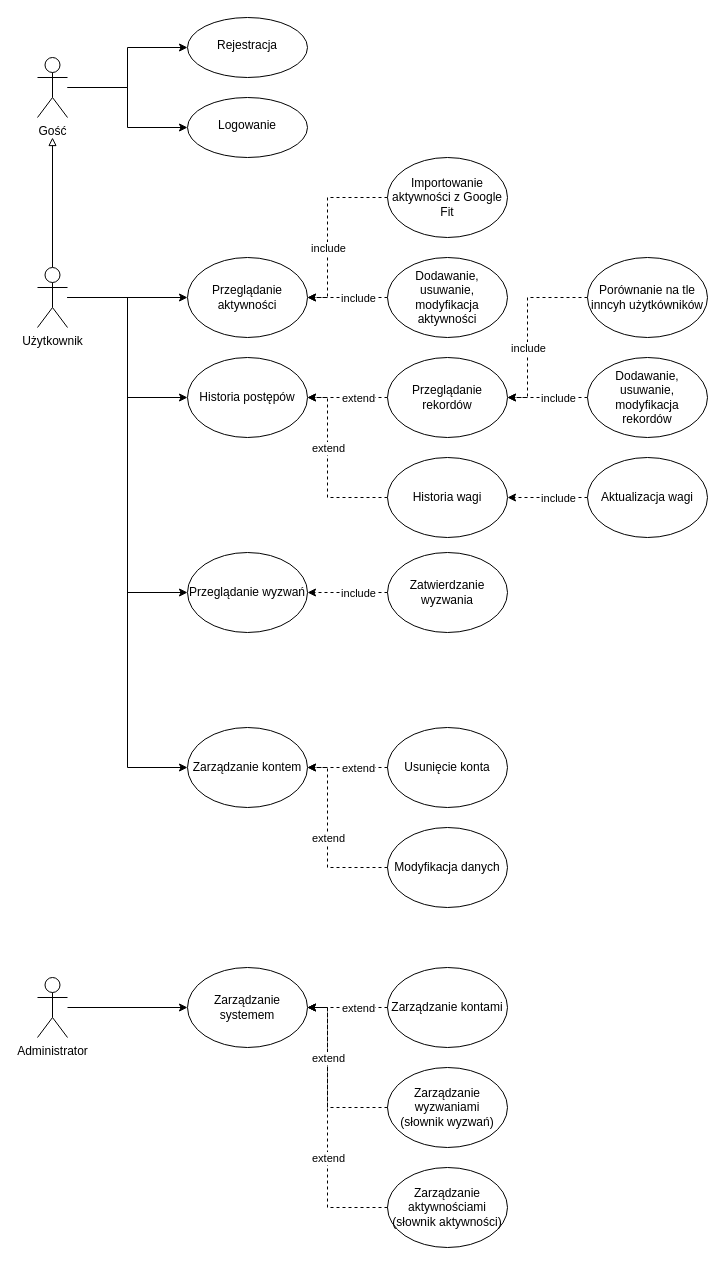
The draw.io diagram fitstat.drawio in piskorr/fitstat, before the edit. Source tidied: cells renumbered, new cells numbered last; positions are measured from the earlier drawing's top-left corner, leaving out a move shared by most shapes. Both pictures are drawn from the tidied source at 100%, with x=0, y=0 at pixel (37, 17).
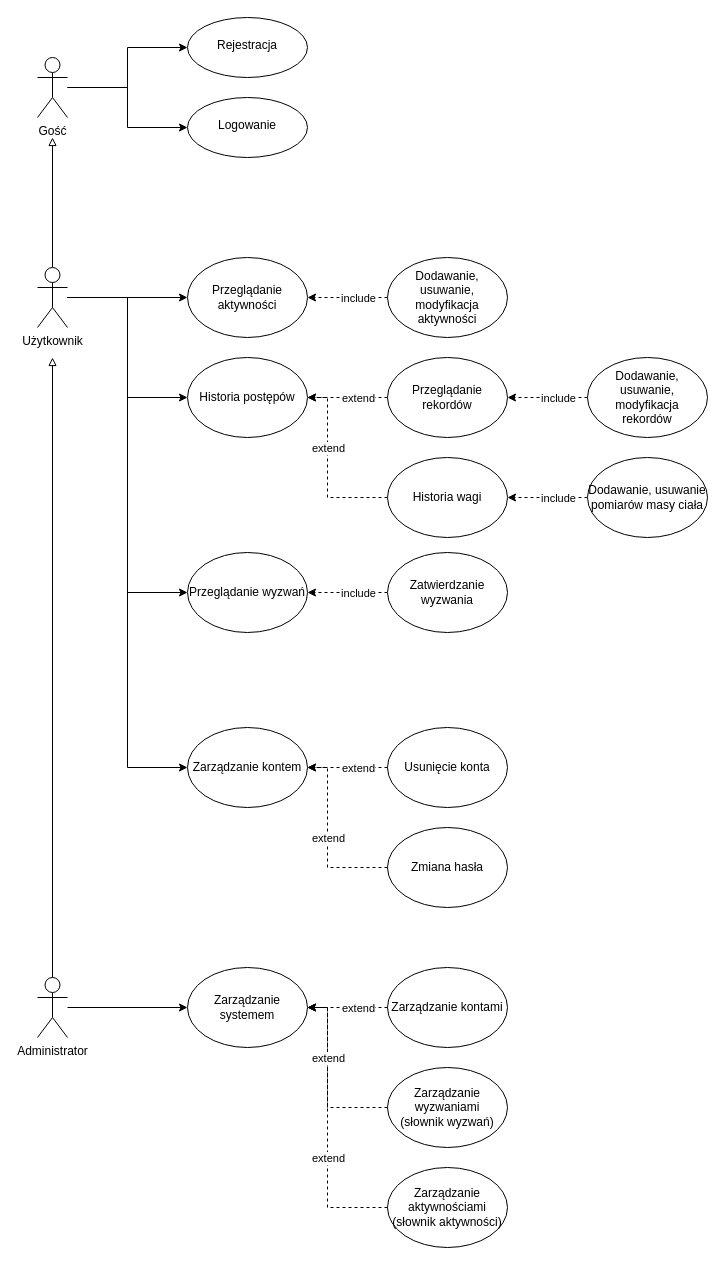
The same diagram, later.

The change refers to these unchanged cells:
```xml
<mxCell id="11" value="Przeglądanie aktywności" style="ellipse;whiteSpace=wrap;html=1;" parent="1" vertex="1">
  <mxGeometry x="150" y="240" width="120" height="80" as="geometry" />
</mxCell>
<mxCell id="17" value="Przeglądanie rekordów" style="ellipse;whiteSpace=wrap;html=1;" parent="1" vertex="1">
  <mxGeometry x="350" y="340" width="120" height="80" as="geometry" />
</mxCell>
<mxCell id="19" value="Administrator" style="shape=umlActor;verticalLabelPosition=bottom;verticalAlign=top;html=1;outlineConnect=0;" parent="1" vertex="1">
  <mxGeometry y="960" width="30" height="60" as="geometry" />
</mxCell>
```

The edit, as a diff of the source:
```diff
@@
+    <mxCell id="59" style="edgeStyle=orthogonalEdgeStyle;rounded=0;jettySize=auto;html=1;endArrow=block;endFill=0;" parent="1" edge="1" source="19">
+      <mxGeometry relative="1" as="geometry">
+        <mxPoint x="15" y="340" as="targetPoint" />
+      </mxGeometry>
+    </mxCell>
@@
-    <mxCell id="27" style="edgeStyle=orthogonalEdgeStyle;rounded=0;jettySize=auto;html=1;entryX=1;entryY=0.5;entryDx=0;entryDy=0;endArrow=classic;endFill=1;strokeWidth=1;dashed=1;" parent="1" edge="1" source="28" target="11">
-      <mxGeometry relative="1" as="geometry">
-        <Array as="points">
-          <mxPoint x="290" y="180" />
-          <mxPoint x="290" y="280" />
-        </Array>
-      </mxGeometry>
-    </mxCell>
-    <mxCell id="28" value="Importowanie aktywności z Google Fit" style="ellipse;whiteSpace=wrap;html=1;" parent="1" vertex="1">
-      <mxGeometry x="350" y="140" width="120" height="80" as="geometry" />
-    </mxCell>
@@
-    <mxCell id="34" value="Modyfikacja danych" style="ellipse;whiteSpace=wrap;html=1;" parent="1" vertex="1">
+    <mxCell id="34" value="Zmiana hasła" style="ellipse;whiteSpace=wrap;html=1;" parent="1" vertex="1">
       <mxGeometry x="350" y="810" width="120" height="80" as="geometry" />
     </mxCell>
@@
-    <mxCell id="36" value="Aktualizacja wagi" style="ellipse;whiteSpace=wrap;html=1;" parent="1" vertex="1">
+    <mxCell id="36" value="Dodawanie, usuwanie pomiarów masy ciała" style="ellipse;whiteSpace=wrap;html=1;" parent="1" vertex="1">
       <mxGeometry x="550" y="440" width="120" height="80" as="geometry" />
     </mxCell>
@@
-    <mxCell id="39" style="edgeStyle=orthogonalEdgeStyle;rounded=0;jettySize=auto;html=1;entryX=1;entryY=0.5;entryDx=0;entryDy=0;endArrow=classic;endFill=1;strokeWidth=1;dashed=1;" parent="1" edge="1" source="40" target="17">
-      <mxGeometry relative="1" as="geometry">
-        <Array as="points">
-          <mxPoint x="490" y="280" />
-          <mxPoint x="490" y="380" />
-        </Array>
-      </mxGeometry>
-    </mxCell>
-    <mxCell id="40" value="Porównanie na tle inncyh użytkówników" style="ellipse;whiteSpace=wrap;html=1;" parent="1" vertex="1">
-      <mxGeometry x="550" y="240" width="120" height="80" as="geometry" />
-    </mxCell>
@@
-    <mxCell id="54" value="include" style="edgeLabel;html=1;align=center;verticalAlign=middle;" parent="1" vertex="1">
-      <mxGeometry x="490" y="330" as="geometry" />
-    </mxCell>
@@
-    <mxCell id="56" value="include" style="edgeLabel;html=1;align=center;verticalAlign=middle;" parent="1" vertex="1">
-      <mxGeometry x="290" y="230" as="geometry" />
-    </mxCell>
```
